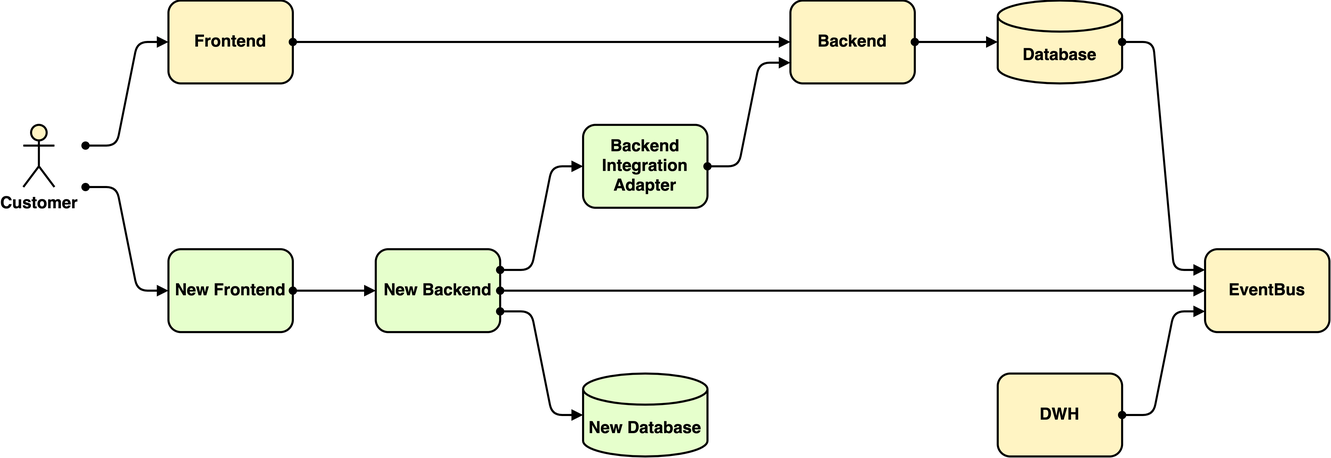
Earlier version of the draw.io export diagrams/canvas-guideline_infinite-space_9.png (martinleggewie/visual-tips-for-creating-schematic-diagrams). Source tidied: cells renumbered, new cells last; positions are measured from the earlier drawing's top-left corner, leaving out a move shared by most shapes.
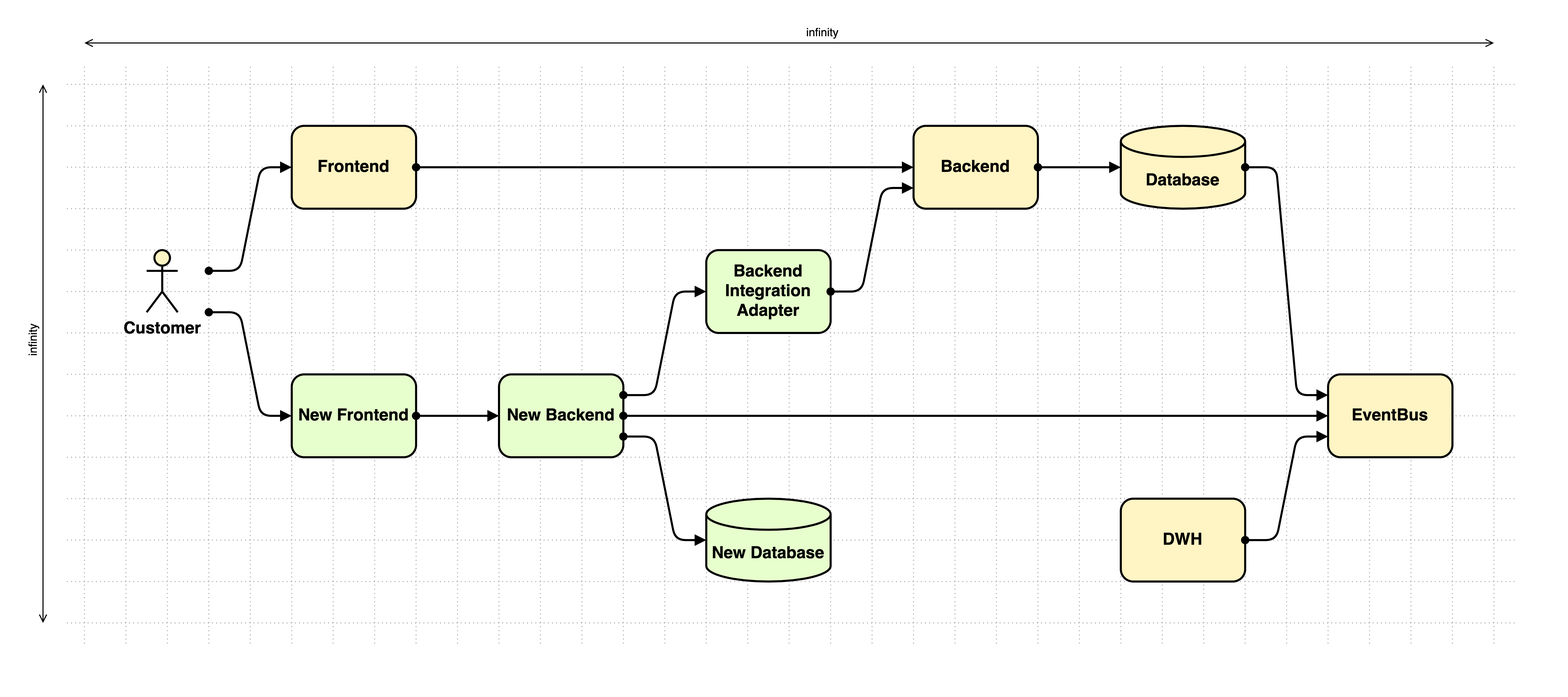
The same diagram one commit later.

Commit message:
updated minor parts, improved infinite canvas PNG

The edit, as a diff of the source:
```diff
@@ -1,6 +1,326 @@
 <mxGraphModel>
   <root>
     <mxCell id="0" />
+    <mxCell id="23" value="background" parent="0" />
+    <mxCell id="24" style="rounded=0;whiteSpace=wrap;html=1;strokeWidth=3;strokeColor=none;fillColor=#FFFFFF;" parent="23" vertex="1">
+      <mxGeometry x="-140" y="-120" width="1510" height="670" as="geometry" />
+    </mxCell>
+    <mxCell id="25" style="endArrow=open;startArrow=open;html=1;endFill=0;startFill=0;" parent="23" edge="1">
+      <mxGeometry relative="1" as="geometry">
+        <mxPoint x="-60" y="-80" as="sourcePoint" />
+        <mxPoint x="1300" y="-80" as="targetPoint" />
+      </mxGeometry>
+    </mxCell>
+    <mxCell id="26" value="infinity" style="edgeLabel;html=1;align=center;verticalAlign=bottom;labelBackgroundColor=none;" parent="25" vertex="1">
+      <mxGeometry x="0.05" y="2" relative="1" as="geometry" />
+    </mxCell>
+    <mxCell id="27" style="endArrow=open;startArrow=open;html=1;endFill=0;startFill=0;" parent="23" edge="1">
+      <mxGeometry relative="1" as="geometry">
+        <mxPoint x="-100" y="480" as="sourcePoint" />
+        <mxPoint x="-100" y="-40" as="targetPoint" />
+      </mxGeometry>
+    </mxCell>
+    <mxCell id="28" value="infinity" style="edgeLabel;html=1;align=center;verticalAlign=bottom;horizontal=0;labelBackgroundColor=none;" parent="27" vertex="1">
+      <mxGeometry x="0.05" y="2" relative="1" as="geometry" />
+    </mxCell>
+    <mxCell id="29" value="grid" parent="0" />
+    <mxCell id="30" style="group;" parent="29" vertex="1">
+      <mxGeometry x="-80" y="-40" width="1400" height="520" as="geometry" />
+    </mxCell>
+    <mxCell id="31" style="endArrow=none;dashed=1;html=1;dashPattern=1 3;strokeWidth=1;strokeColor=#B3B3B3;" parent="30" edge="1">
+      <mxGeometry y="-20" as="geometry">
+        <mxPoint x="1400" y="40" as="sourcePoint" />
+        <mxPoint y="40" as="targetPoint" />
+      </mxGeometry>
+    </mxCell>
+    <mxCell id="32" style="endArrow=none;dashed=1;html=1;dashPattern=1 3;strokeWidth=1;strokeColor=#B3B3B3;" parent="30" edge="1">
+      <mxGeometry y="-20" as="geometry">
+        <mxPoint x="1400" y="80" as="sourcePoint" />
+        <mxPoint y="80" as="targetPoint" />
+      </mxGeometry>
+    </mxCell>
+    <mxCell id="33" style="endArrow=none;dashed=1;html=1;dashPattern=1 3;strokeWidth=1;strokeColor=#B3B3B3;" parent="30" edge="1">
+      <mxGeometry y="-20" as="geometry">
+        <mxPoint x="1400" y="120" as="sourcePoint" />
+        <mxPoint y="120" as="targetPoint" />
+      </mxGeometry>
+    </mxCell>
+    <mxCell id="34" style="endArrow=none;dashed=1;html=1;dashPattern=1 3;strokeWidth=1;strokeColor=#B3B3B3;" parent="30" edge="1">
+      <mxGeometry y="-20" as="geometry">
+        <mxPoint x="1400" y="160" as="sourcePoint" />
+        <mxPoint y="160" as="targetPoint" />
+      </mxGeometry>
+    </mxCell>
+    <mxCell id="35" style="endArrow=none;dashed=1;html=1;dashPattern=1 3;strokeWidth=1;strokeColor=#B3B3B3;" parent="30" edge="1">
+      <mxGeometry y="-20" as="geometry">
+        <mxPoint x="1400" y="200" as="sourcePoint" />
+        <mxPoint y="200" as="targetPoint" />
+      </mxGeometry>
+    </mxCell>
+    <mxCell id="36" style="endArrow=none;dashed=1;html=1;dashPattern=1 3;strokeWidth=1;strokeColor=#B3B3B3;" parent="30" edge="1">
+      <mxGeometry y="-20" as="geometry">
+        <mxPoint x="1400" y="240" as="sourcePoint" />
+        <mxPoint y="240" as="targetPoint" />
+      </mxGeometry>
+    </mxCell>
+    <mxCell id="37" style="endArrow=none;dashed=1;html=1;dashPattern=1 3;strokeWidth=1;strokeColor=#B3B3B3;" parent="30" edge="1">
+      <mxGeometry y="-20" as="geometry">
+        <mxPoint x="1400" y="280" as="sourcePoint" />
+        <mxPoint y="280" as="targetPoint" />
+      </mxGeometry>
+    </mxCell>
+    <mxCell id="38" style="endArrow=none;dashed=1;html=1;dashPattern=1 3;strokeWidth=1;strokeColor=#B3B3B3;" parent="30" edge="1">
+      <mxGeometry y="-20" as="geometry">
+        <mxPoint x="1400" y="320" as="sourcePoint" />
+        <mxPoint y="320" as="targetPoint" />
+      </mxGeometry>
+    </mxCell>
+    <mxCell id="39" style="endArrow=none;dashed=1;html=1;dashPattern=1 3;strokeWidth=1;strokeColor=#B3B3B3;" parent="30" edge="1">
+      <mxGeometry y="-20" as="geometry">
+        <mxPoint x="1400" y="360" as="sourcePoint" />
+        <mxPoint y="360" as="targetPoint" />
+      </mxGeometry>
+    </mxCell>
+    <mxCell id="40" style="endArrow=none;dashed=1;html=1;dashPattern=1 3;strokeWidth=1;strokeColor=#B3B3B3;" parent="30" edge="1">
+      <mxGeometry y="-20" as="geometry">
+        <mxPoint x="1400" y="400" as="sourcePoint" />
+        <mxPoint y="400" as="targetPoint" />
+      </mxGeometry>
+    </mxCell>
+    <mxCell id="41" style="endArrow=none;dashed=1;html=1;dashPattern=1 3;strokeWidth=1;strokeColor=#B3B3B3;" parent="30" edge="1">
+      <mxGeometry y="-20" as="geometry">
+        <mxPoint x="1400" as="sourcePoint" />
+        <mxPoint as="targetPoint" />
+      </mxGeometry>
+    </mxCell>
+    <mxCell id="42" style="endArrow=none;dashed=1;html=1;dashPattern=1 3;strokeWidth=1;strokeColor=#B3B3B3;" parent="30" edge="1">
+      <mxGeometry x="-29.2" y="440" as="geometry">
+        <mxPoint x="1400" y="440" as="sourcePoint" />
+        <mxPoint y="440" as="targetPoint" />
+      </mxGeometry>
+    </mxCell>
+    <mxCell id="43" style="endArrow=none;dashed=1;html=1;dashPattern=1 3;strokeWidth=1;strokeColor=#B3B3B3;" parent="30" edge="1">
+      <mxGeometry x="-29.2" y="440" as="geometry">
+        <mxPoint x="1400" y="480" as="sourcePoint" />
+        <mxPoint y="480" as="targetPoint" />
+      </mxGeometry>
+    </mxCell>
+    <mxCell id="44" style="endArrow=none;dashed=1;html=1;dashPattern=1 3;strokeWidth=1;strokeColor=#B3B3B3;" parent="30" edge="1">
+      <mxGeometry x="-29.2" y="440" as="geometry">
+        <mxPoint x="1400" y="520" as="sourcePoint" />
+        <mxPoint y="520" as="targetPoint" />
+      </mxGeometry>
+    </mxCell>
+    <mxCell id="45" style="endArrow=none;dashed=1;html=1;dashPattern=1 3;strokeWidth=1;strokeColor=#B3B3B3;" parent="30" edge="1">
+      <mxGeometry x="180" y="-20" as="geometry">
+        <mxPoint x="1100" y="540" as="sourcePoint" />
+        <mxPoint x="1100" y="-20" as="targetPoint" />
+      </mxGeometry>
+    </mxCell>
+    <mxCell id="46" style="endArrow=none;dashed=1;html=1;dashPattern=1 3;strokeWidth=1;strokeColor=#B3B3B3;" parent="30" edge="1">
+      <mxGeometry x="180" y="-20" as="geometry">
+        <mxPoint x="1060" y="540" as="sourcePoint" />
+        <mxPoint x="1060" y="-20" as="targetPoint" />
+      </mxGeometry>
+    </mxCell>
+    <mxCell id="47" style="endArrow=none;dashed=1;html=1;dashPattern=1 3;strokeWidth=1;strokeColor=#B3B3B3;" parent="30" edge="1">
+      <mxGeometry x="180" y="-20" as="geometry">
+        <mxPoint x="1020" y="540" as="sourcePoint" />
+        <mxPoint x="1020" y="-20" as="targetPoint" />
+      </mxGeometry>
+    </mxCell>
+    <mxCell id="48" style="endArrow=none;dashed=1;html=1;dashPattern=1 3;strokeWidth=1;strokeColor=#B3B3B3;" parent="30" edge="1">
+      <mxGeometry x="180" y="-20" as="geometry">
+        <mxPoint x="980" y="540" as="sourcePoint" />
+        <mxPoint x="980" y="-20" as="targetPoint" />
+      </mxGeometry>
+    </mxCell>
+    <mxCell id="49" style="endArrow=none;dashed=1;html=1;dashPattern=1 3;strokeWidth=1;strokeColor=#B3B3B3;" parent="30" edge="1">
+      <mxGeometry x="360" y="-300" as="geometry">
+        <mxPoint x="1260" y="540" as="sourcePoint" />
+        <mxPoint x="1260" y="-20" as="targetPoint" />
+      </mxGeometry>
+    </mxCell>
+    <mxCell id="50" style="endArrow=none;dashed=1;html=1;dashPattern=1 3;strokeWidth=1;strokeColor=#B3B3B3;" parent="30" edge="1">
+      <mxGeometry x="360" y="-300" as="geometry">
+        <mxPoint x="1220" y="540" as="sourcePoint" />
+        <mxPoint x="1220" y="-20" as="targetPoint" />
+      </mxGeometry>
+    </mxCell>
+    <mxCell id="51" style="endArrow=none;dashed=1;html=1;dashPattern=1 3;strokeWidth=1;strokeColor=#B3B3B3;" parent="30" edge="1">
+      <mxGeometry x="360" y="-300" as="geometry">
+        <mxPoint x="1180" y="540" as="sourcePoint" />
+        <mxPoint x="1180" y="-20" as="targetPoint" />
+      </mxGeometry>
+    </mxCell>
+    <mxCell id="52" style="endArrow=none;dashed=1;html=1;dashPattern=1 3;strokeWidth=1;strokeColor=#B3B3B3;" parent="30" edge="1">
+      <mxGeometry x="360" y="-300" as="geometry">
+        <mxPoint x="1140" y="540" as="sourcePoint" />
+        <mxPoint x="1140" y="-20" as="targetPoint" />
+      </mxGeometry>
+    </mxCell>
+    <mxCell id="53" style="endArrow=none;dashed=1;html=1;dashPattern=1 3;strokeWidth=1;strokeColor=#B3B3B3;" parent="30" edge="1">
+      <mxGeometry x="540" y="-580" as="geometry">
+        <mxPoint x="1380" y="540" as="sourcePoint" />
+        <mxPoint x="1380" y="-20" as="targetPoint" />
+      </mxGeometry>
+    </mxCell>
+    <mxCell id="54" style="endArrow=none;dashed=1;html=1;dashPattern=1 3;strokeWidth=1;strokeColor=#B3B3B3;" parent="30" edge="1">
+      <mxGeometry x="540" y="-580" as="geometry">
+        <mxPoint x="1340" y="540" as="sourcePoint" />
+        <mxPoint x="1340" y="-20" as="targetPoint" />
+      </mxGeometry>
+    </mxCell>
+    <mxCell id="55" style="endArrow=none;dashed=1;html=1;dashPattern=1 3;strokeWidth=1;strokeColor=#B3B3B3;" parent="30" edge="1">
+      <mxGeometry x="540" y="-580" as="geometry">
+        <mxPoint x="1300" y="540" as="sourcePoint" />
+        <mxPoint x="1300" y="-20" as="targetPoint" />
+      </mxGeometry>
+    </mxCell>
+    <mxCell id="56" style="endArrow=none;dashed=1;html=1;dashPattern=1 3;strokeWidth=1;strokeColor=#B3B3B3;" parent="29" edge="1">
+      <mxGeometry y="260" as="geometry">
+        <mxPoint x="-20" y="500" as="sourcePoint" />
+        <mxPoint x="-20" y="-60" as="targetPoint" />
+      </mxGeometry>
+    </mxCell>
+    <mxCell id="57" style="endArrow=none;dashed=1;html=1;dashPattern=1 3;strokeWidth=1;strokeColor=#B3B3B3;" parent="29" edge="1">
+      <mxGeometry y="260" as="geometry">
+        <mxPoint x="20" y="500" as="sourcePoint" />
+        <mxPoint x="20" y="-60" as="targetPoint" />
+      </mxGeometry>
+    </mxCell>
+    <mxCell id="58" style="endArrow=none;dashed=1;html=1;dashPattern=1 3;strokeWidth=1;strokeColor=#B3B3B3;" parent="29" edge="1">
+      <mxGeometry y="260" as="geometry">
+        <mxPoint x="60" y="500" as="sourcePoint" />
+        <mxPoint x="60" y="-60" as="targetPoint" />
+      </mxGeometry>
+    </mxCell>
+    <mxCell id="59" style="endArrow=none;dashed=1;html=1;dashPattern=1 3;strokeWidth=1;strokeColor=#B3B3B3;" parent="29" edge="1">
+      <mxGeometry y="260" as="geometry">
+        <mxPoint x="180" y="500" as="sourcePoint" />
+        <mxPoint x="180" y="-60" as="targetPoint" />
+      </mxGeometry>
+    </mxCell>
+    <mxCell id="60" style="endArrow=none;dashed=1;html=1;dashPattern=1 3;strokeWidth=1;strokeColor=#B3B3B3;" parent="29" edge="1">
+      <mxGeometry y="260" as="geometry">
+        <mxPoint x="140" y="500" as="sourcePoint" />
+        <mxPoint x="140" y="-60" as="targetPoint" />
+      </mxGeometry>
+    </mxCell>
+    <mxCell id="61" style="endArrow=none;dashed=1;html=1;dashPattern=1 3;strokeWidth=1;strokeColor=#B3B3B3;" parent="29" edge="1">
+      <mxGeometry y="260" as="geometry">
+        <mxPoint x="100" y="500" as="sourcePoint" />
+        <mxPoint x="100" y="-60" as="targetPoint" />
+      </mxGeometry>
+    </mxCell>
+    <mxCell id="62" style="endArrow=none;dashed=1;html=1;dashPattern=1 3;strokeWidth=1;strokeColor=#B3B3B3;" parent="29" edge="1">
+      <mxGeometry y="260" as="geometry">
+        <mxPoint x="420" y="500" as="sourcePoint" />
+        <mxPoint x="420" y="-60" as="targetPoint" />
+      </mxGeometry>
+    </mxCell>
+    <mxCell id="63" style="endArrow=none;dashed=1;html=1;dashPattern=1 3;strokeWidth=1;strokeColor=#B3B3B3;" parent="29" edge="1">
+      <mxGeometry y="260" as="geometry">
+        <mxPoint x="380" y="500" as="sourcePoint" />
+        <mxPoint x="380" y="-60" as="targetPoint" />
+      </mxGeometry>
+    </mxCell>
+    <mxCell id="64" style="endArrow=none;dashed=1;html=1;dashPattern=1 3;strokeWidth=1;strokeColor=#B3B3B3;" parent="29" edge="1">
+      <mxGeometry y="260" as="geometry">
+        <mxPoint x="340" y="500" as="sourcePoint" />
+        <mxPoint x="340" y="-60" as="targetPoint" />
+      </mxGeometry>
+    </mxCell>
+    <mxCell id="65" style="endArrow=none;dashed=1;html=1;dashPattern=1 3;strokeWidth=1;strokeColor=#B3B3B3;" parent="29" edge="1">
+      <mxGeometry y="260" as="geometry">
+        <mxPoint x="300" y="500" as="sourcePoint" />
+        <mxPoint x="300" y="-60" as="targetPoint" />
+      </mxGeometry>
+    </mxCell>
+    <mxCell id="66" style="endArrow=none;dashed=1;html=1;dashPattern=1 3;strokeWidth=1;strokeColor=#B3B3B3;" parent="29" edge="1">
+      <mxGeometry y="260" as="geometry">
+        <mxPoint x="260" y="500" as="sourcePoint" />
+        <mxPoint x="260" y="-60" as="targetPoint" />
+      </mxGeometry>
+    </mxCell>
+    <mxCell id="67" style="endArrow=none;dashed=1;html=1;dashPattern=1 3;strokeWidth=1;strokeColor=#B3B3B3;" parent="29" edge="1">
+      <mxGeometry y="260" as="geometry">
+        <mxPoint x="220" y="500" as="sourcePoint" />
+        <mxPoint x="220" y="-60" as="targetPoint" />
+      </mxGeometry>
+    </mxCell>
+    <mxCell id="68" style="endArrow=none;dashed=1;html=1;dashPattern=1 3;strokeWidth=1;strokeColor=#B3B3B3;" parent="29" edge="1">
+      <mxGeometry y="260" as="geometry">
+        <mxPoint x="660" y="500" as="sourcePoint" />
+        <mxPoint x="660" y="-60" as="targetPoint" />
+      </mxGeometry>
+    </mxCell>
+    <mxCell id="69" style="endArrow=none;dashed=1;html=1;dashPattern=1 3;strokeWidth=1;strokeColor=#B3B3B3;" parent="29" edge="1">
+      <mxGeometry y="260" as="geometry">
+        <mxPoint x="620" y="500" as="sourcePoint" />
+        <mxPoint x="620" y="-60" as="targetPoint" />
+      </mxGeometry>
+    </mxCell>
+    <mxCell id="70" style="endArrow=none;dashed=1;html=1;dashPattern=1 3;strokeWidth=1;strokeColor=#B3B3B3;" parent="29" edge="1">
+      <mxGeometry y="260" as="geometry">
+        <mxPoint x="580" y="500" as="sourcePoint" />
+        <mxPoint x="580" y="-60" as="targetPoint" />
+      </mxGeometry>
+    </mxCell>
+    <mxCell id="71" style="endArrow=none;dashed=1;html=1;dashPattern=1 3;strokeWidth=1;strokeColor=#B3B3B3;" parent="29" edge="1">
+      <mxGeometry y="260" as="geometry">
+        <mxPoint x="540" y="500" as="sourcePoint" />
+        <mxPoint x="540" y="-60" as="targetPoint" />
+      </mxGeometry>
+    </mxCell>
+    <mxCell id="72" style="endArrow=none;dashed=1;html=1;dashPattern=1 3;strokeWidth=1;strokeColor=#B3B3B3;" parent="29" edge="1">
+      <mxGeometry y="260" as="geometry">
+        <mxPoint x="500" y="500" as="sourcePoint" />
+        <mxPoint x="500" y="-60" as="targetPoint" />
+      </mxGeometry>
+    </mxCell>
+    <mxCell id="73" style="endArrow=none;dashed=1;html=1;dashPattern=1 3;strokeWidth=1;strokeColor=#B3B3B3;" parent="29" edge="1">
+      <mxGeometry y="260" as="geometry">
+        <mxPoint x="460" y="500" as="sourcePoint" />
+        <mxPoint x="460" y="-60" as="targetPoint" />
+      </mxGeometry>
+    </mxCell>
+    <mxCell id="74" style="endArrow=none;dashed=1;html=1;dashPattern=1 3;strokeWidth=1;strokeColor=#B3B3B3;" parent="29" edge="1">
+      <mxGeometry y="260" as="geometry">
+        <mxPoint x="860" y="500" as="sourcePoint" />
+        <mxPoint x="860" y="-60" as="targetPoint" />
+      </mxGeometry>
+    </mxCell>
+    <mxCell id="75" style="endArrow=none;dashed=1;html=1;dashPattern=1 3;strokeWidth=1;strokeColor=#B3B3B3;" parent="29" edge="1">
+      <mxGeometry y="260" as="geometry">
+        <mxPoint x="820" y="500" as="sourcePoint" />
+        <mxPoint x="820" y="-60" as="targetPoint" />
+      </mxGeometry>
+    </mxCell>
+    <mxCell id="76" style="endArrow=none;dashed=1;html=1;dashPattern=1 3;strokeWidth=1;strokeColor=#B3B3B3;" parent="29" edge="1">
+      <mxGeometry y="260" as="geometry">
+        <mxPoint x="780" y="500" as="sourcePoint" />
+        <mxPoint x="780" y="-60" as="targetPoint" />
+      </mxGeometry>
+    </mxCell>
+    <mxCell id="77" style="endArrow=none;dashed=1;html=1;dashPattern=1 3;strokeWidth=1;strokeColor=#B3B3B3;" parent="29" edge="1">
+      <mxGeometry y="260" as="geometry">
+        <mxPoint x="740" y="500" as="sourcePoint" />
+        <mxPoint x="740" y="-60" as="targetPoint" />
+      </mxGeometry>
+    </mxCell>
+    <mxCell id="78" style="endArrow=none;dashed=1;html=1;dashPattern=1 3;strokeWidth=1;strokeColor=#B3B3B3;" parent="29" edge="1">
+      <mxGeometry y="260" as="geometry">
+        <mxPoint x="700" y="500" as="sourcePoint" />
+        <mxPoint x="700" y="-60" as="targetPoint" />
+      </mxGeometry>
+    </mxCell>
+    <mxCell id="79" style="endArrow=none;dashed=1;html=1;dashPattern=1 3;strokeWidth=1;strokeColor=#B3B3B3;" parent="29" edge="1">
+      <mxGeometry y="260" as="geometry">
+        <mxPoint x="-60" y="500" as="sourcePoint" />
+        <mxPoint x="-60" y="-60" as="targetPoint" />
+      </mxGeometry>
+    </mxCell>
     <mxCell id="1" value="content" parent="0" />
     <mxCell id="2" value="New Backend" style="rounded=1;whiteSpace=wrap;html=1;strokeWidth=2;fontSize=16;fontStyle=1;fillColor=#E6FFCC;" parent="1" vertex="1">
       <mxGeometry x="340" y="240" width="120" height="80" as="geometry" />
```
